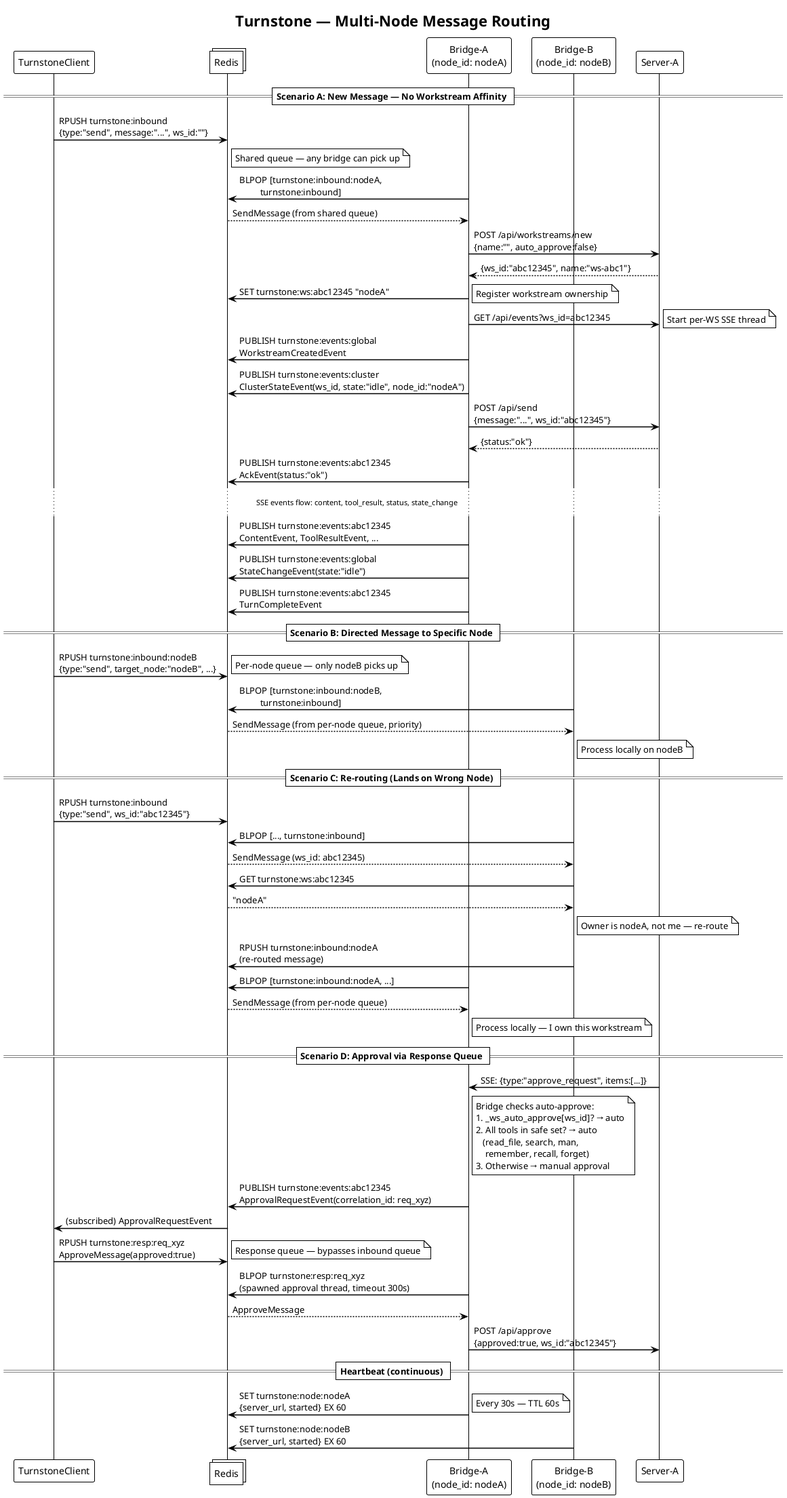
Above: docs/diagrams/png/07-message-routing.png in turnstonelabs/turnstone (PlantUML), before the change. Its diagram source:
```plantuml
@startuml
!theme plain
title Turnstone — Multi-Node Message Routing

skinparam sequenceArrowThickness 1.5

participant "TurnstoneClient" as Client
collections "Redis" as Redis
participant "Bridge-A\n(node_id: nodeA)" as BridgeA
participant "Bridge-B\n(node_id: nodeB)" as BridgeB
participant "Server-A" as ServerA

== Scenario A: New Message — No Workstream Affinity ==

Client -> Redis : RPUSH turnstone:inbound\n{type:"send", message:"...", ws_id:""}
note right of Redis : Shared queue — any bridge can pick up

BridgeA -> Redis : BLPOP [turnstone:inbound:nodeA,\n         turnstone:inbound]
Redis --> BridgeA : SendMessage (from shared queue)

BridgeA -> ServerA : POST /api/workstreams/new\n{name:"", auto_approve:false}
ServerA --> BridgeA : {ws_id:"abc12345", name:"ws-abc1"}

BridgeA -> Redis : SET turnstone:ws:abc12345 "nodeA"
note right : Register workstream ownership

BridgeA -> ServerA : GET /api/events?ws_id=abc12345
note right : Start per-WS SSE thread

BridgeA -> Redis : PUBLISH turnstone:events:global\nWorkstreamCreatedEvent

BridgeA -> Redis : PUBLISH turnstone:events:cluster\nClusterStateEvent(ws_id, state:"idle", node_id:"nodeA")

BridgeA -> ServerA : POST /api/send\n{message:"...", ws_id:"abc12345"}
ServerA --> BridgeA : {status:"ok"}

BridgeA -> Redis : PUBLISH turnstone:events:abc12345\nAckEvent(status:"ok")

... SSE events flow: content, tool_result, status, state_change ...

BridgeA -> Redis : PUBLISH turnstone:events:abc12345\nContentEvent, ToolResultEvent, ...
BridgeA -> Redis : PUBLISH turnstone:events:global\nStateChangeEvent(state:"idle")
BridgeA -> Redis : PUBLISH turnstone:events:abc12345\nTurnCompleteEvent

== Scenario B: Directed Message to Specific Node ==

Client -> Redis : RPUSH turnstone:inbound:nodeB\n{type:"send", target_node:"nodeB", ...}
note right : Per-node queue — only nodeB picks up

BridgeB -> Redis : BLPOP [turnstone:inbound:nodeB,\n         turnstone:inbound]
Redis --> BridgeB : SendMessage (from per-node queue, priority)

note right of BridgeB : Process locally on nodeB

== Scenario C: Re-routing (Lands on Wrong Node) ==

Client -> Redis : RPUSH turnstone:inbound\n{type:"send", ws_id:"abc12345"}

BridgeB -> Redis : BLPOP [..., turnstone:inbound]
Redis --> BridgeB : SendMessage (ws_id: abc12345)

BridgeB -> Redis : GET turnstone:ws:abc12345
Redis --> BridgeB : "nodeA"

note right of BridgeB : Owner is nodeA, not me — re-route

BridgeB -> Redis : RPUSH turnstone:inbound:nodeA\n(re-routed message)

BridgeA -> Redis : BLPOP [turnstone:inbound:nodeA, ...]
Redis --> BridgeA : SendMessage (from per-node queue)
note right of BridgeA : Process locally — I own this workstream

== Scenario D: Approval via Response Queue ==

BridgeA <- ServerA : SSE: {type:"approve_request", items:[...]}

note right of BridgeA
  Bridge checks auto-approve:
  1. _ws_auto_approve[ws_id]? → auto
  2. All tools in safe set? → auto
     (read_file, search, man,
      remember, recall, forget)
  3. Otherwise → manual approval
end note

BridgeA -> Redis : PUBLISH turnstone:events:abc12345\nApprovalRequestEvent(correlation_id: req_xyz)

Client <- Redis : (subscribed) ApprovalRequestEvent

Client -> Redis : RPUSH turnstone:resp:req_xyz\nApproveMessage(approved:true)
note right : Response queue — bypasses inbound queue

BridgeA -> Redis : BLPOP turnstone:resp:req_xyz\n(spawned approval thread, timeout 300s)
Redis --> BridgeA : ApproveMessage

BridgeA -> ServerA : POST /api/approve\n{approved:true, ws_id:"abc12345"}

== Heartbeat (continuous) ==

BridgeA -> Redis : SET turnstone:node:nodeA\n{server_url, started} EX 60
note right : Every 30s — TTL 60s

BridgeB -> Redis : SET turnstone:node:nodeB\n{server_url, started} EX 60

@enduml
```
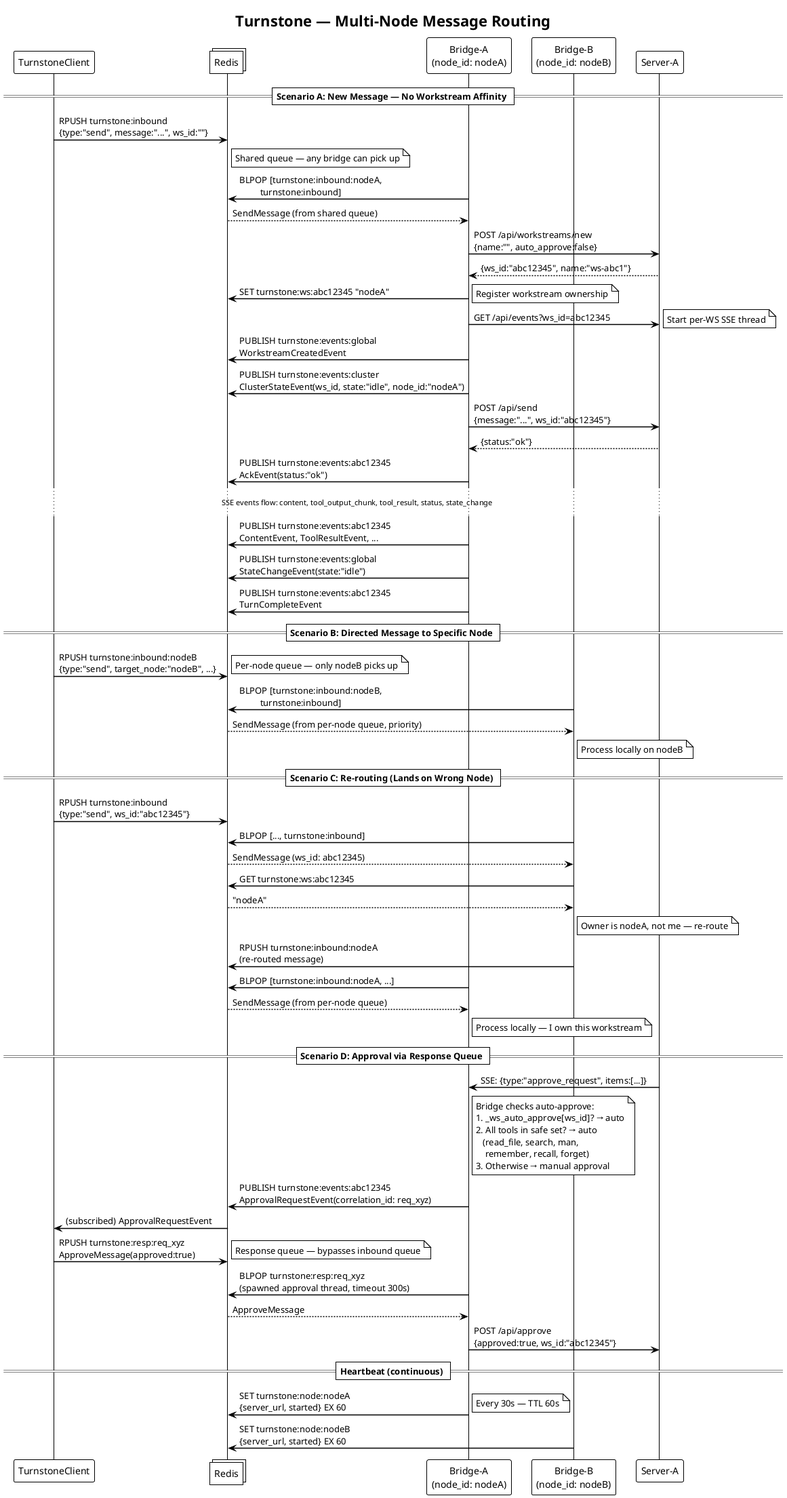
The same file after the commit.

Diff of the diagram source:
```diff
@@ -36,7 +36,7 @@
 
 BridgeA -> Redis : PUBLISH turnstone:events:abc12345\nAckEvent(status:"ok")
 
-... SSE events flow: content, tool_result, status, state_change ...
+... SSE events flow: content, tool_output_chunk, tool_result, status, state_change ...
 
 BridgeA -> Redis : PUBLISH turnstone:events:abc12345\nContentEvent, ToolResultEvent, ...
 BridgeA -> Redis : PUBLISH turnstone:events:global\nStateChangeEvent(state:"idle")
```
